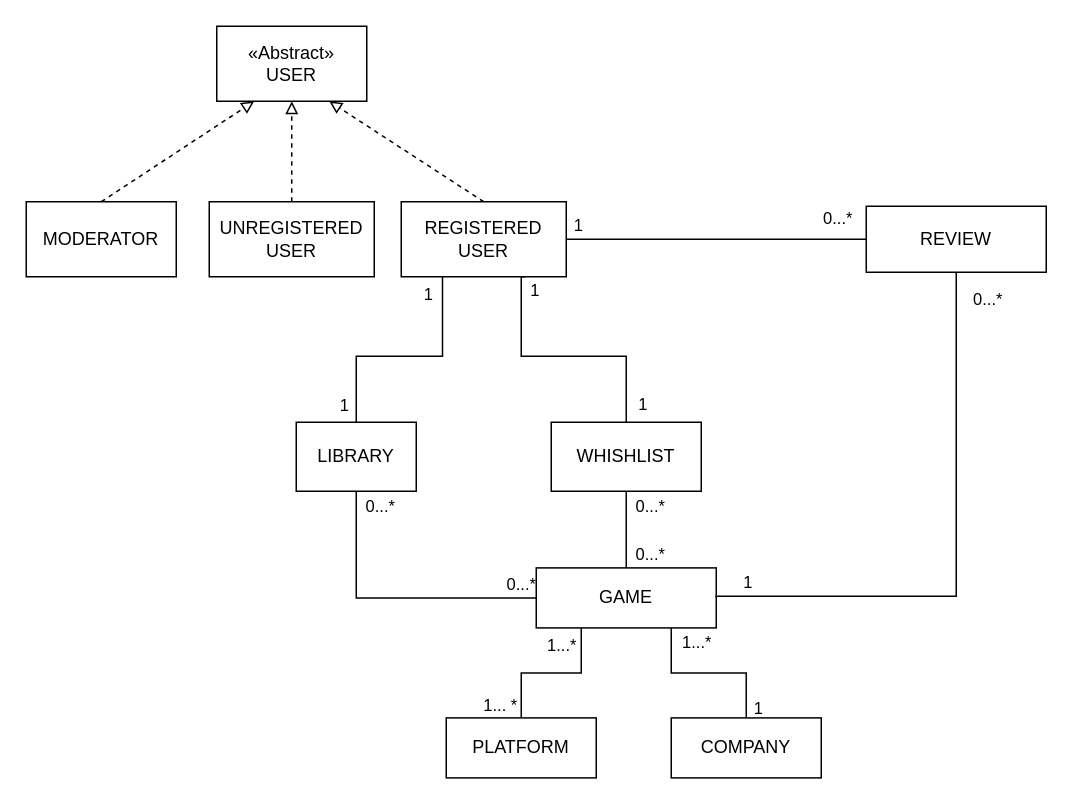
lorenzoceccanti/pixelindex keeps this draw.io diagram as UML diagrams/UML class diagram.drawio. Above is the earlier version. Source tidied: cells renumbered, new cells numbered last; positions are measured from the earlier drawing's top-left corner, leaving out a move shared by most shapes. Both pictures are drawn from the tidied source at 150%, with x=0, y=0 at pixel (26, 26).
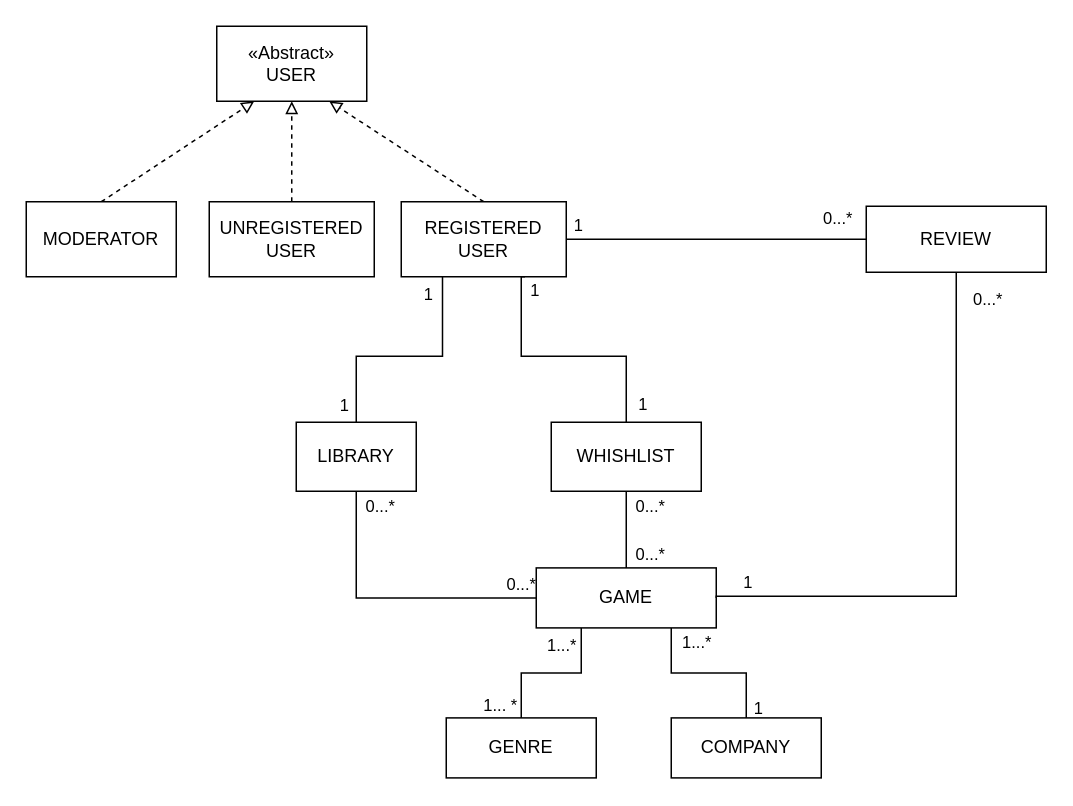
Above is the later version.

Commit message:
Changed platform with genre

The edit, as a diff of the source:
```diff
@@
-    <mxCell id="28" value="PLATFORM" style="rounded=0;whiteSpace=wrap;html=1;" parent="1" vertex="1">
+    <mxCell id="28" value="GENRE" style="rounded=0;whiteSpace=wrap;html=1;" parent="1" vertex="1">
       <mxGeometry x="280" y="461.1" width="100" height="40" as="geometry" />
     </mxCell>
```
